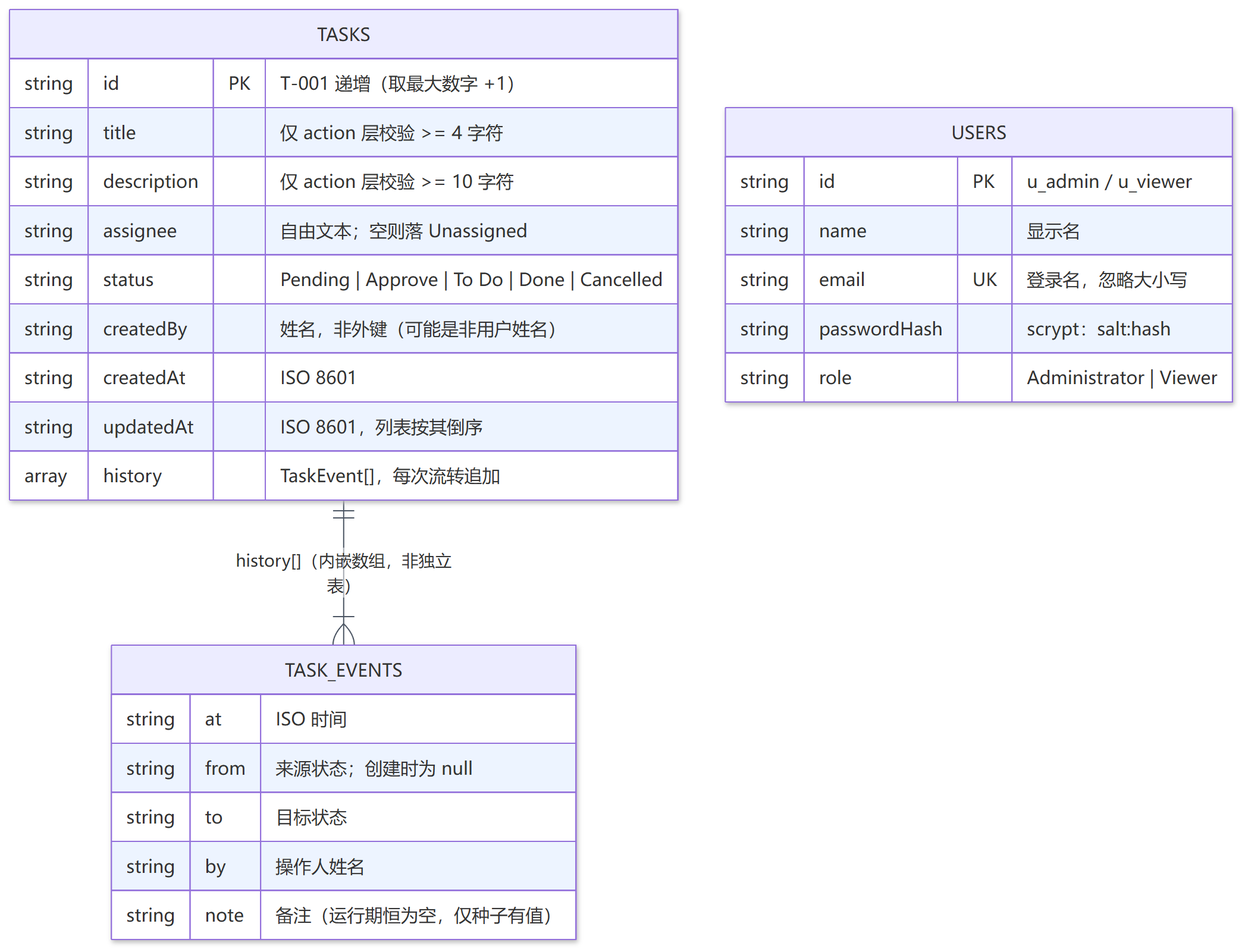
Earlier version of the Mermaid export docs/images/03-data-model.png (yiyumeng233-wq/Task-manager). Its source is kept beside it as docs/diagrams/src/03-data-model.mmd. Source of this version:
```mermaid
erDiagram
    TASKS ||--|{ TASK_EVENTS : "history[]（内嵌数组，非独立表）"

    USERS {
        string id PK "u_admin / u_viewer"
        string name "显示名"
        string email UK "登录名，忽略大小写"
        string passwordHash "scrypt：salt:hash"
        string role "Administrator | Viewer"
    }

    TASKS {
        string id PK "T-001 递增（取最大数字 +1）"
        string title "仅 action 层校验 >= 4 字符"
        string description "仅 action 层校验 >= 10 字符"
        string assignee "自由文本；空则落 Unassigned"
        string status "Pending | Approve | To Do | Done | Cancelled"
        string createdBy "姓名，非外键（可能是非用户姓名）"
        string createdAt "ISO 8601"
        string updatedAt "ISO 8601，列表按其倒序"
        array history "TaskEvent[]，每次流转追加"
    }

    TASK_EVENTS {
        string at "ISO 时间"
        string from "来源状态；创建时为 null"
        string to "目标状态"
        string by "操作人姓名"
        string note "备注（运行期恒为空，仅种子有值）"
    }
```
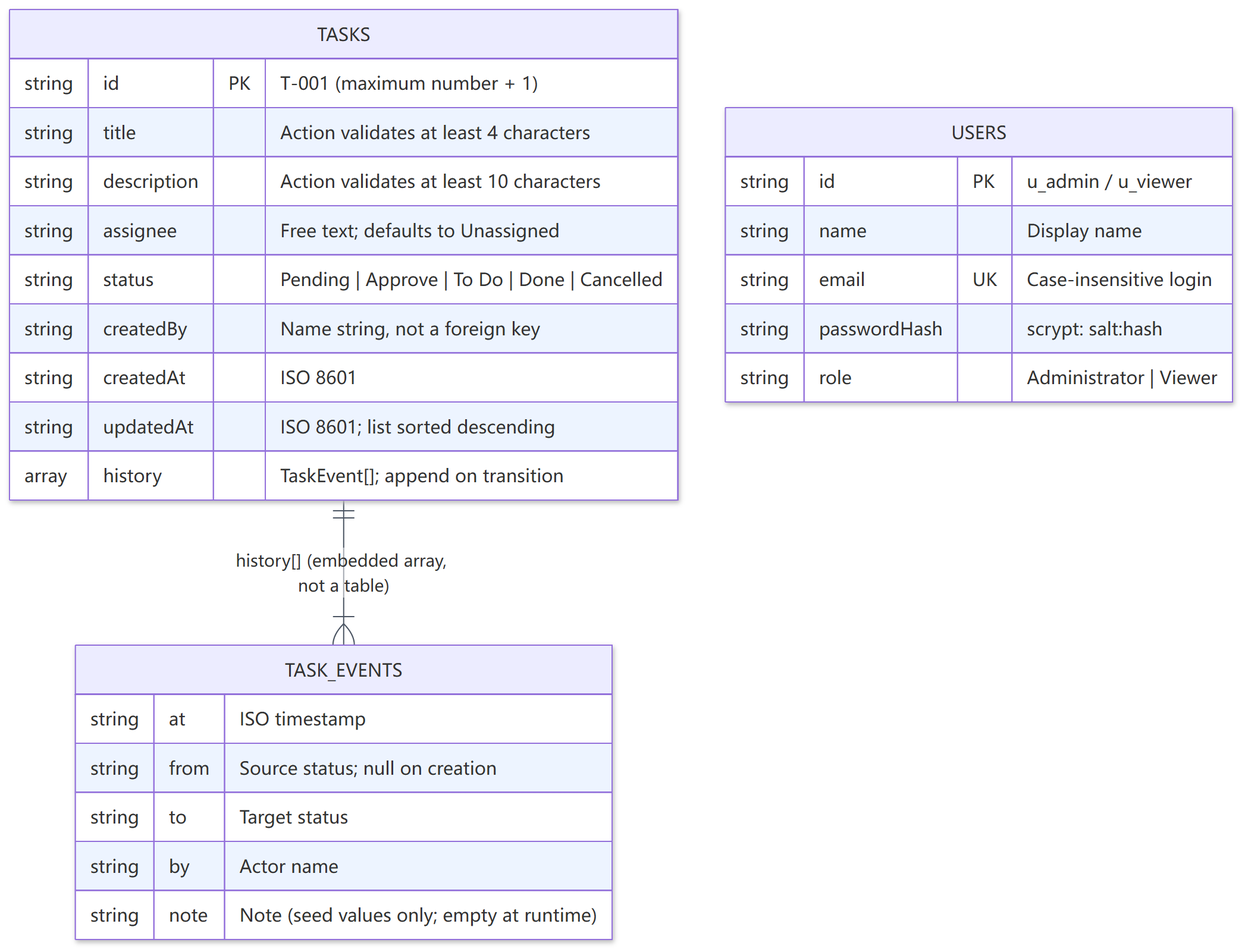
Later version of the same file.

What changed in the source:
```diff
@@ -1,30 +1,30 @@
 erDiagram
-    TASKS ||--|{ TASK_EVENTS : "history[]（内嵌数组，非独立表）"
+    TASKS ||--|{ TASK_EVENTS : "history[] (embedded array, not a table)"
 
     USERS {
         string id PK "u_admin / u_viewer"
-        string name "显示名"
-        string email UK "登录名，忽略大小写"
-        string passwordHash "scrypt：salt:hash"
+        string name "Display name"
+        string email UK "Case-insensitive login"
+        string passwordHash "scrypt: salt:hash"
         string role "Administrator | Viewer"
     }
 
     TASKS {
-        string id PK "T-001 递增（取最大数字 +1）"
-        string title "仅 action 层校验 >= 4 字符"
-        string description "仅 action 层校验 >= 10 字符"
-        string assignee "自由文本；空则落 Unassigned"
+        string id PK "T-001 (maximum number + 1)"
+        string title "Action validates at least 4 characters"
+        string description "Action validates at least 10 characters"
+        string assignee "Free text; defaults to Unassigned"
         string status "Pending | Approve | To Do | Done | Cancelled"
-        string createdBy "姓名，非外键（可能是非用户姓名）"
+        string createdBy "Name string, not a foreign key"
         string createdAt "ISO 8601"
-        string updatedAt "ISO 8601，列表按其倒序"
-        array history "TaskEvent[]，每次流转追加"
+        string updatedAt "ISO 8601; list sorted descending"
+        array history "TaskEvent[]; append on transition"
     }
 
     TASK_EVENTS {
-        string at "ISO 时间"
-        string from "来源状态；创建时为 null"
-        string to "目标状态"
-        string by "操作人姓名"
-        string note "备注（运行期恒为空，仅种子有值）"
+        string at "ISO timestamp"
+        string from "Source status; null on creation"
+        string to "Target status"
+        string by "Actor name"
+        string note "Note (seed values only; empty at runtime)"
     }
```
